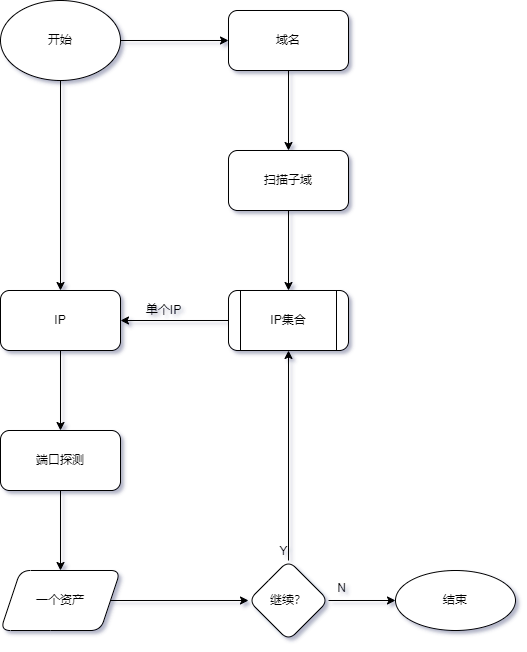
The draw.io diagram img/概要设计扫描模块流程图.drawio.png in Greetdawn/poodlescan, before a commit. Source tidied: cells renumbered, new cells last; positions are measured from the earlier drawing's top-left corner, leaving out a move shared by most shapes. The source it was exported from:
```xml
<mxGraphModel shadow="1">
  <root>
    <mxCell id="0" />
    <mxCell id="1" parent="0" />
    <mxCell id="2" style="edgeStyle=orthogonalEdgeStyle;rounded=0;jettySize=auto;html=1;" parent="1" edge="1" source="3" target="12">
      <mxGeometry relative="1" as="geometry" />
    </mxCell>
    <mxCell id="3" value="IP" style="rounded=1;whiteSpace=wrap;html=1;" parent="1" vertex="1">
      <mxGeometry y="290" width="120" height="60" as="geometry" />
    </mxCell>
    <mxCell id="4" style="edgeStyle=orthogonalEdgeStyle;rounded=0;jettySize=auto;html=1;" parent="1" edge="1" source="5" target="7">
      <mxGeometry relative="1" as="geometry" />
    </mxCell>
    <mxCell id="5" value="域名" style="rounded=1;whiteSpace=wrap;html=1;" parent="1" vertex="1">
      <mxGeometry x="228" y="10" width="120" height="60" as="geometry" />
    </mxCell>
    <mxCell id="6" style="edgeStyle=orthogonalEdgeStyle;rounded=0;jettySize=auto;html=1;" parent="1" edge="1" source="7" target="9">
      <mxGeometry relative="1" as="geometry" />
    </mxCell>
    <mxCell id="7" value="扫描子域" style="rounded=1;whiteSpace=wrap;html=1;" parent="1" vertex="1">
      <mxGeometry x="228" y="150" width="120" height="60" as="geometry" />
    </mxCell>
    <mxCell id="8" style="edgeStyle=orthogonalEdgeStyle;rounded=0;jettySize=auto;html=1;" parent="1" edge="1" source="9" target="3">
      <mxGeometry relative="1" as="geometry" />
    </mxCell>
    <mxCell id="9" value="IP集合" style="shape=process;whiteSpace=wrap;html=1;backgroundOutline=1;rounded=1;" parent="1" vertex="1">
      <mxGeometry x="228" y="290" width="120" height="60" as="geometry" />
    </mxCell>
    <mxCell id="10" value="单个IP" style="text;html=1;align=center;verticalAlign=middle;strokeColor=none;fillColor=none;" parent="1" vertex="1">
      <mxGeometry x="140" y="301" width="45" height="18" as="geometry" />
    </mxCell>
    <mxCell id="11" style="edgeStyle=orthogonalEdgeStyle;rounded=0;jettySize=auto;html=1;" parent="1" edge="1" source="12" target="17">
      <mxGeometry relative="1" as="geometry" />
    </mxCell>
    <mxCell id="12" value="端口探测" style="rounded=1;whiteSpace=wrap;html=1;" parent="1" vertex="1">
      <mxGeometry y="430" width="120" height="60" as="geometry" />
    </mxCell>
    <mxCell id="13" style="edgeStyle=orthogonalEdgeStyle;rounded=0;jettySize=auto;html=1;entryX=0.5;entryY=0;entryDx=0;entryDy=0;" parent="1" edge="1" source="15" target="3">
      <mxGeometry relative="1" as="geometry" />
    </mxCell>
    <mxCell id="14" style="edgeStyle=orthogonalEdgeStyle;rounded=0;jettySize=auto;html=1;entryX=0;entryY=0.5;entryDx=0;entryDy=0;" parent="1" edge="1" source="15" target="5">
      <mxGeometry relative="1" as="geometry" />
    </mxCell>
    <mxCell id="15" value="开始" style="ellipse;whiteSpace=wrap;html=1;" parent="1" vertex="1">
      <mxGeometry width="120" height="80" as="geometry" />
    </mxCell>
    <mxCell id="16" style="edgeStyle=orthogonalEdgeStyle;rounded=0;jettySize=auto;html=1;" parent="1" edge="1" source="17" target="21">
      <mxGeometry relative="1" as="geometry" />
    </mxCell>
    <mxCell id="17" value="一个资产" style="shape=parallelogram;perimeter=parallelogramPerimeter;whiteSpace=wrap;html=1;fixedSize=1;rounded=1;" parent="1" vertex="1">
      <mxGeometry y="570" width="120" height="60" as="geometry" />
    </mxCell>
    <mxCell id="18" value="结束" style="ellipse;whiteSpace=wrap;html=1;rounded=1;" parent="1" vertex="1">
      <mxGeometry x="395" y="570" width="120" height="60" as="geometry" />
    </mxCell>
    <mxCell id="19" style="edgeStyle=orthogonalEdgeStyle;rounded=0;jettySize=auto;html=1;entryX=0.5;entryY=1;entryDx=0;entryDy=0;" parent="1" edge="1" source="21" target="9">
      <mxGeometry relative="1" as="geometry" />
    </mxCell>
    <mxCell id="20" style="edgeStyle=orthogonalEdgeStyle;rounded=0;jettySize=auto;html=1;exitX=1;exitY=0.5;exitDx=0;exitDy=0;entryX=0;entryY=0.5;entryDx=0;entryDy=0;" parent="1" edge="1" source="21" target="18">
      <mxGeometry relative="1" as="geometry" />
    </mxCell>
    <mxCell id="21" value="继续？" style="rhombus;whiteSpace=wrap;html=1;rounded=1;" parent="1" vertex="1">
      <mxGeometry x="248" y="560" width="80" height="80" as="geometry" />
    </mxCell>
    <mxCell id="22" value="Y" style="text;html=1;align=center;verticalAlign=middle;strokeColor=none;fillColor=none;" parent="1" vertex="1">
      <mxGeometry x="274" y="542" width="18" height="18" as="geometry" />
    </mxCell>
    <mxCell id="23" value="N" style="text;html=1;align=center;verticalAlign=middle;strokeColor=none;fillColor=none;" parent="1" vertex="1">
      <mxGeometry x="331" y="579" width="19" height="18" as="geometry" />
    </mxCell>
  </root>
</mxGraphModel>
```
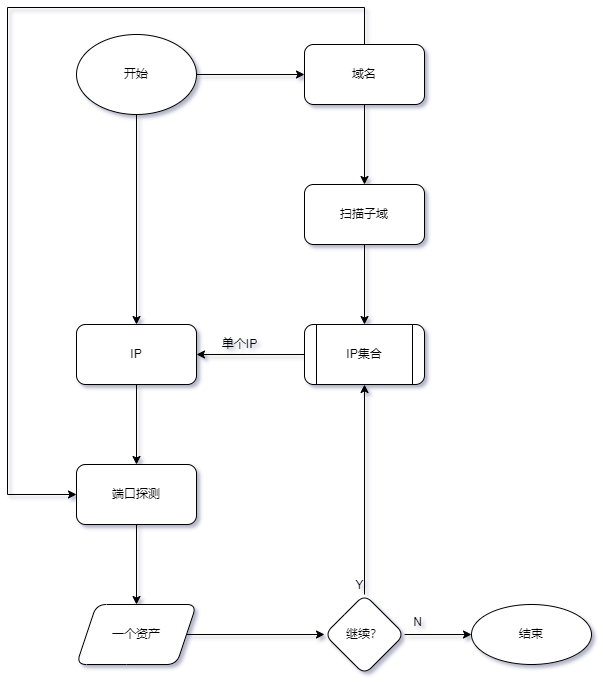
Above is the later version.

Diff of the diagram source:
```diff
@@ -11,6 +11,15 @@
     <mxCell id="4" style="edgeStyle=orthogonalEdgeStyle;rounded=0;jettySize=auto;html=1;" parent="1" edge="1" source="5" target="7">
       <mxGeometry relative="1" as="geometry" />
     </mxCell>
+    <mxCell id="24" style="edgeStyle=orthogonalEdgeStyle;rounded=0;jettySize=auto;html=1;entryX=0;entryY=0.5;entryDx=0;entryDy=0;" parent="1" edge="1" source="5" target="12">
+      <mxGeometry relative="1" as="geometry">
+        <Array as="points">
+          <mxPoint x="288" y="-27" />
+          <mxPoint x="-69" y="-27" />
+          <mxPoint x="-69" y="460" />
+        </Array>
+      </mxGeometry>
+    </mxCell>
     <mxCell id="5" value="域名" style="rounded=1;whiteSpace=wrap;html=1;" parent="1" vertex="1">
       <mxGeometry x="228" y="10" width="120" height="60" as="geometry" />
     </mxCell>
```
